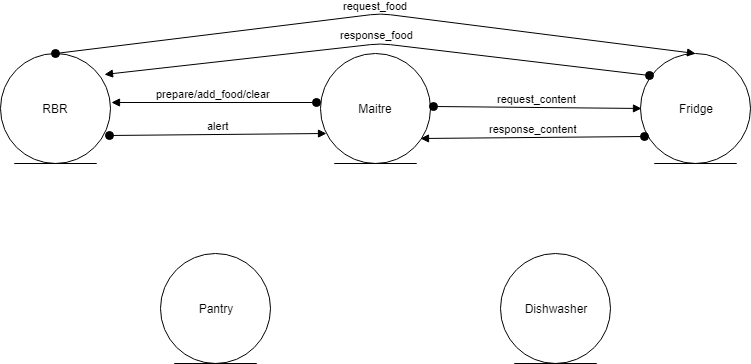
Earlier version of the draw.io export Analisi Iniziale/LogicArchitecture.png (xAlessandroC/iss2019TemaFinale). Source tidied: cells renumbered, new cells last; positions are measured from the earlier drawing's top-left corner, leaving out a move shared by most shapes. The source it was exported from:
```xml
<mxGraphModel background="#ffffff">
  <root>
    <mxCell id="0" />
    <mxCell id="1" parent="0" />
    <mxCell id="2" value="RBR" style="ellipse;shape=umlEntity;whiteSpace=wrap;html=1;" parent="1" vertex="1">
      <mxGeometry y="40" width="110" height="110" as="geometry" />
    </mxCell>
    <mxCell id="3" value="Maitre" style="ellipse;shape=umlEntity;whiteSpace=wrap;html=1;" parent="1" vertex="1">
      <mxGeometry x="320" y="40" width="110" height="110" as="geometry" />
    </mxCell>
    <mxCell id="4" value="Fridge" style="ellipse;shape=umlEntity;whiteSpace=wrap;html=1;" parent="1" vertex="1">
      <mxGeometry x="640" y="40" width="110" height="110" as="geometry" />
    </mxCell>
    <mxCell id="5" value="Pantry" style="ellipse;shape=umlEntity;whiteSpace=wrap;html=1;" parent="1" vertex="1">
      <mxGeometry x="160" y="240" width="110" height="110" as="geometry" />
    </mxCell>
    <mxCell id="6" value="Dishwasher" style="ellipse;shape=umlEntity;whiteSpace=wrap;html=1;" parent="1" vertex="1">
      <mxGeometry x="500" y="240" width="110" height="110" as="geometry" />
    </mxCell>
    <mxCell id="7" value="alert" style="html=1;verticalAlign=bottom;startArrow=oval;startFill=1;endArrow=block;startSize=8;exitX=0.991;exitY=0.745;exitDx=0;exitDy=0;exitPerimeter=0;" parent="1" edge="1" source="2">
      <mxGeometry relative="1" as="geometry">
        <mxPoint x="326" y="120" as="targetPoint" />
      </mxGeometry>
    </mxCell>
    <mxCell id="8" value="prepare/add_food/clear" style="html=1;verticalAlign=bottom;startArrow=oval;startFill=1;endArrow=block;startSize=8;exitX=-0.036;exitY=0.445;exitDx=0;exitDy=0;exitPerimeter=0;entryX=1.009;entryY=0.445;entryDx=0;entryDy=0;entryPerimeter=0;" parent="1" edge="1" source="3" target="2">
      <mxGeometry relative="1" as="geometry" />
    </mxCell>
    <mxCell id="9" value="request_food" style="html=1;verticalAlign=bottom;startArrow=oval;startFill=1;endArrow=block;startSize=8;exitX=0.5;exitY=0;exitDx=0;exitDy=0;entryX=0.5;entryY=0;entryDx=0;entryDy=0;" parent="1" edge="1">
      <mxGeometry relative="1" as="geometry">
        <mxPoint x="55" y="40" as="sourcePoint" />
        <mxPoint x="695" y="40" as="targetPoint" />
        <Array as="points">
          <mxPoint x="380" />
        </Array>
      </mxGeometry>
    </mxCell>
    <mxCell id="10" value="request_content" style="html=1;verticalAlign=bottom;startArrow=oval;startFill=1;endArrow=block;startSize=8;entryX=0;entryY=0.5;entryDx=0;entryDy=0;" parent="1" edge="1">
      <mxGeometry relative="1" as="geometry">
        <mxPoint x="433" y="93" as="sourcePoint" />
        <mxPoint x="641" y="95" as="targetPoint" />
      </mxGeometry>
    </mxCell>
    <mxCell id="11" value="response_content" style="html=1;verticalAlign=bottom;startArrow=oval;startFill=1;endArrow=block;startSize=8;exitX=0.036;exitY=0.755;exitDx=0;exitDy=0;exitPerimeter=0;entryX=0.909;entryY=0.773;entryDx=0;entryDy=0;entryPerimeter=0;" parent="1" edge="1" source="4" target="3">
      <mxGeometry relative="1" as="geometry" />
    </mxCell>
    <mxCell id="12" value="response_food" style="html=1;verticalAlign=bottom;startArrow=oval;startFill=1;endArrow=block;startSize=8;entryX=0.945;entryY=0.191;entryDx=0;entryDy=0;entryPerimeter=0;exitX=0.082;exitY=0.2;exitDx=0;exitDy=0;exitPerimeter=0;" parent="1" edge="1" source="4" target="2">
      <mxGeometry relative="1" as="geometry">
        <Array as="points">
          <mxPoint x="380" y="30" />
        </Array>
      </mxGeometry>
    </mxCell>
  </root>
</mxGraphModel>
```
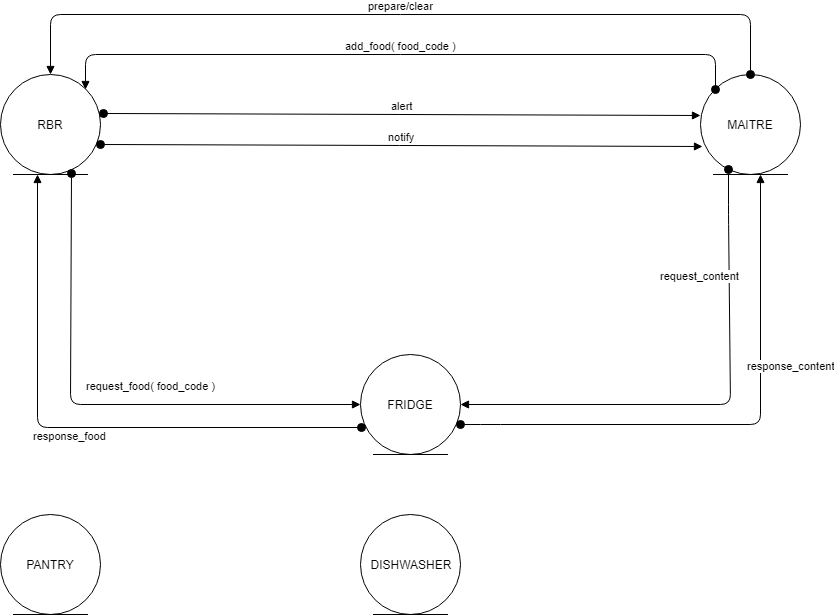
Above is the later version.

The edit, as a diff of the source:
```diff
@@ -3,52 +3,76 @@
     <mxCell id="0" />
     <mxCell id="1" parent="0" />
     <mxCell id="2" value="RBR" style="ellipse;shape=umlEntity;whiteSpace=wrap;html=1;" parent="1" vertex="1">
-      <mxGeometry y="40" width="110" height="110" as="geometry" />
+      <mxGeometry y="40" width="100" height="100" as="geometry" />
     </mxCell>
-    <mxCell id="3" value="Maitre" style="ellipse;shape=umlEntity;whiteSpace=wrap;html=1;" parent="1" vertex="1">
-      <mxGeometry x="320" y="40" width="110" height="110" as="geometry" />
-    </mxCell>
-    <mxCell id="4" value="Fridge" style="ellipse;shape=umlEntity;whiteSpace=wrap;html=1;" parent="1" vertex="1">
-      <mxGeometry x="640" y="40" width="110" height="110" as="geometry" />
-    </mxCell>
-    <mxCell id="5" value="Pantry" style="ellipse;shape=umlEntity;whiteSpace=wrap;html=1;" parent="1" vertex="1">
-      <mxGeometry x="160" y="240" width="110" height="110" as="geometry" />
-    </mxCell>
-    <mxCell id="6" value="Dishwasher" style="ellipse;shape=umlEntity;whiteSpace=wrap;html=1;" parent="1" vertex="1">
-      <mxGeometry x="500" y="240" width="110" height="110" as="geometry" />
-    </mxCell>
+    <mxCell id="13" value="MAITRE" style="ellipse;shape=umlEntity;whiteSpace=wrap;html=1;" parent="1" vertex="1">
+      <mxGeometry x="700" y="40" width="100" height="100" as="geometry" />
+    </mxCell>
+    <mxCell id="14" value="prepare/clear" style="html=1;verticalAlign=bottom;startArrow=oval;startFill=1;endArrow=block;startSize=8;exitX=0.5;exitY=0;exitDx=0;exitDy=0;entryX=0.5;entryY=0;entryDx=0;entryDy=0;" parent="1" edge="1" source="13" target="2">
+      <mxGeometry relative="1" as="geometry">
+        <Array as="points">
+          <mxPoint x="750" y="-20" />
+          <mxPoint x="50" y="-20" />
+        </Array>
+      </mxGeometry>
+    </mxCell>
+    <mxCell id="15" value="add_food( food_code )" style="html=1;verticalAlign=bottom;startArrow=oval;startFill=1;endArrow=block;startSize=8;exitX=0;exitY=0;exitDx=0;exitDy=0;entryX=1;entryY=0;entryDx=0;entryDy=0;" parent="1" edge="1" source="13" target="2">
+      <mxGeometry relative="1" as="geometry">
+        <Array as="points">
+          <mxPoint x="715" y="20" />
+          <mxPoint x="85" y="20" />
+        </Array>
+      </mxGeometry>
+    </mxCell>
-    <mxCell id="7" value="alert" style="html=1;verticalAlign=bottom;startArrow=oval;startFill=1;endArrow=block;startSize=8;exitX=0.991;exitY=0.745;exitDx=0;exitDy=0;exitPerimeter=0;" parent="1" edge="1" source="2">
+    <mxCell id="7" value="alert" style="html=1;verticalAlign=bottom;startArrow=oval;startFill=1;endArrow=block;startSize=8;exitX=1.03;exitY=0.39;exitDx=0;exitDy=0;exitPerimeter=0;" parent="1" edge="1" source="2">
       <mxGeometry relative="1" as="geometry">
-        <mxPoint x="326" y="120" as="targetPoint" />
+        <mxPoint x="700" y="81" as="targetPoint" />
       </mxGeometry>
     </mxCell>
-    <mxCell id="8" value="prepare/add_food/clear" style="html=1;verticalAlign=bottom;startArrow=oval;startFill=1;endArrow=block;startSize=8;exitX=-0.036;exitY=0.445;exitDx=0;exitDy=0;exitPerimeter=0;entryX=1.009;entryY=0.445;entryDx=0;entryDy=0;entryPerimeter=0;" parent="1" edge="1" source="3" target="2">
-      <mxGeometry relative="1" as="geometry" />
-    </mxCell>
-    <mxCell id="9" value="request_food" style="html=1;verticalAlign=bottom;startArrow=oval;startFill=1;endArrow=block;startSize=8;exitX=0.5;exitY=0;exitDx=0;exitDy=0;entryX=0.5;entryY=0;entryDx=0;entryDy=0;" parent="1" edge="1">
-      <mxGeometry relative="1" as="geometry">
-        <mxPoint x="55" y="40" as="sourcePoint" />
-        <mxPoint x="695" y="40" as="targetPoint" />
-        <Array as="points">
-          <mxPoint x="380" />
-        </Array>
-      </mxGeometry>
-    </mxCell>
+    <mxCell id="16" value="notify" style="html=1;verticalAlign=bottom;startArrow=oval;startFill=1;endArrow=block;startSize=8;exitX=1;exitY=0.7;exitDx=0;exitDy=0;exitPerimeter=0;entryX=0.02;entryY=0.72;entryDx=0;entryDy=0;entryPerimeter=0;" parent="1" edge="1" source="2" target="13">
+      <mxGeometry relative="1" as="geometry" />
+    </mxCell>
+    <mxCell id="17" value="FRIDGE" style="ellipse;shape=umlEntity;whiteSpace=wrap;html=1;" parent="1" vertex="1">
+      <mxGeometry x="360" y="320" width="100" height="100" as="geometry" />
+    </mxCell>
-    <mxCell id="10" value="request_content" style="html=1;verticalAlign=bottom;startArrow=oval;startFill=1;endArrow=block;startSize=8;entryX=0;entryY=0.5;entryDx=0;entryDy=0;" parent="1" edge="1">
-      <mxGeometry relative="1" as="geometry">
-        <mxPoint x="433" y="93" as="sourcePoint" />
-        <mxPoint x="641" y="95" as="targetPoint" />
+    <mxCell id="10" value="request_content" style="html=1;verticalAlign=bottom;startArrow=oval;startFill=1;endArrow=block;startSize=8;exitX=0.28;exitY=0.95;exitDx=0;exitDy=0;entryX=1;entryY=0.5;entryDx=0;entryDy=0;exitPerimeter=0;" parent="1" edge="1" source="13" target="17">
+      <mxGeometry x="-0.55" y="-29" relative="1" as="geometry">
+        <Array as="points">
+          <mxPoint x="728" y="180" />
+          <mxPoint x="730" y="370" />
+        </Array>
       </mxGeometry>
     </mxCell>
-    <mxCell id="11" value="response_content" style="html=1;verticalAlign=bottom;startArrow=oval;startFill=1;endArrow=block;startSize=8;exitX=0.036;exitY=0.755;exitDx=0;exitDy=0;exitPerimeter=0;entryX=0.909;entryY=0.773;entryDx=0;entryDy=0;entryPerimeter=0;" parent="1" edge="1" source="4" target="3">
-      <mxGeometry relative="1" as="geometry" />
+    <mxCell id="11" value="response_content" style="html=1;verticalAlign=bottom;startArrow=oval;startFill=1;endArrow=block;startSize=8;" parent="1" edge="1">
+      <mxGeometry x="0.27" y="-30" relative="1" as="geometry">
+        <mxPoint x="460" y="390" as="sourcePoint" />
+        <mxPoint x="760" y="140" as="targetPoint" />
+        <Array as="points">
+          <mxPoint x="490" y="390" />
+          <mxPoint x="760" y="390" />
+        </Array>
+      </mxGeometry>
     </mxCell>
+    <mxCell id="18" value="request_food( food_code )" style="html=1;verticalAlign=bottom;startArrow=oval;startFill=1;endArrow=block;startSize=8;exitX=0.71;exitY=0.99;exitDx=0;exitDy=0;exitPerimeter=0;entryX=0;entryY=0.5;entryDx=0;entryDy=0;" parent="1" edge="1" source="2" target="17">
+      <mxGeometry x="-0.15" y="80" relative="1" as="geometry">
+        <Array as="points">
+          <mxPoint x="70" y="370" />
+        </Array>
+      </mxGeometry>
+    </mxCell>
-    <mxCell id="12" value="response_food" style="html=1;verticalAlign=bottom;startArrow=oval;startFill=1;endArrow=block;startSize=8;entryX=0.945;entryY=0.191;entryDx=0;entryDy=0;entryPerimeter=0;exitX=0.082;exitY=0.2;exitDx=0;exitDy=0;exitPerimeter=0;" parent="1" edge="1" source="4" target="2">
-      <mxGeometry relative="1" as="geometry">
+    <mxCell id="12" value="response_food" style="html=1;verticalAlign=bottom;startArrow=oval;startFill=1;endArrow=block;startSize=8;exitX=0.01;exitY=0.73;exitDx=0;exitDy=0;exitPerimeter=0;" parent="1" edge="1" source="17">
+      <mxGeometry x="0.01" y="17" relative="1" as="geometry">
+        <mxPoint x="37" y="140" as="targetPoint" />
         <Array as="points">
-          <mxPoint x="380" y="30" />
+          <mxPoint x="37" y="393" />
         </Array>
       </mxGeometry>
     </mxCell>
+    <mxCell id="19" value="PANTRY" style="ellipse;shape=umlEntity;whiteSpace=wrap;html=1;" parent="1" vertex="1">
+      <mxGeometry y="480" width="100" height="100" as="geometry" />
+    </mxCell>
+    <mxCell id="20" value="DISHWASHER" style="ellipse;shape=umlEntity;whiteSpace=wrap;html=1;" parent="1" vertex="1">
+      <mxGeometry x="360" y="480" width="100" height="100" as="geometry" />
+    </mxCell>
   </root>
 </mxGraphModel>
```
